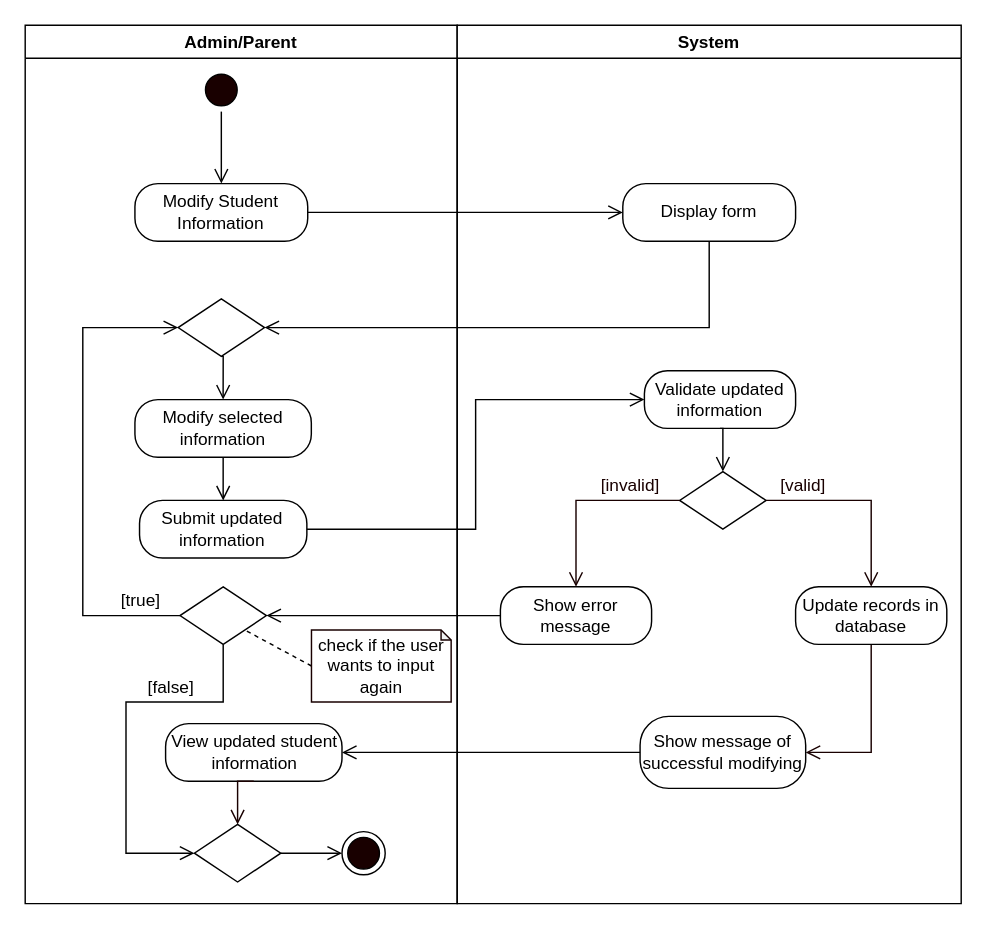
Earlier version of the draw.io diagram page "Modify Student" (3 of 12) of REVISIONS/UML-DIAGRAMS/6-9-2021/ACTIVITY DIAGRAM/ACTIVITY DIAGRAM.drawio (mrklglsn/CAPSTONE-FILES). Source tidied: cells renumbered, new cells numbered last; positions are measured from the earlier drawing's top-left corner, leaving out a move shared by most shapes. Both pictures are drawn from the tidied source at 144%, with x=0, y=0 at pixel (24, 24).
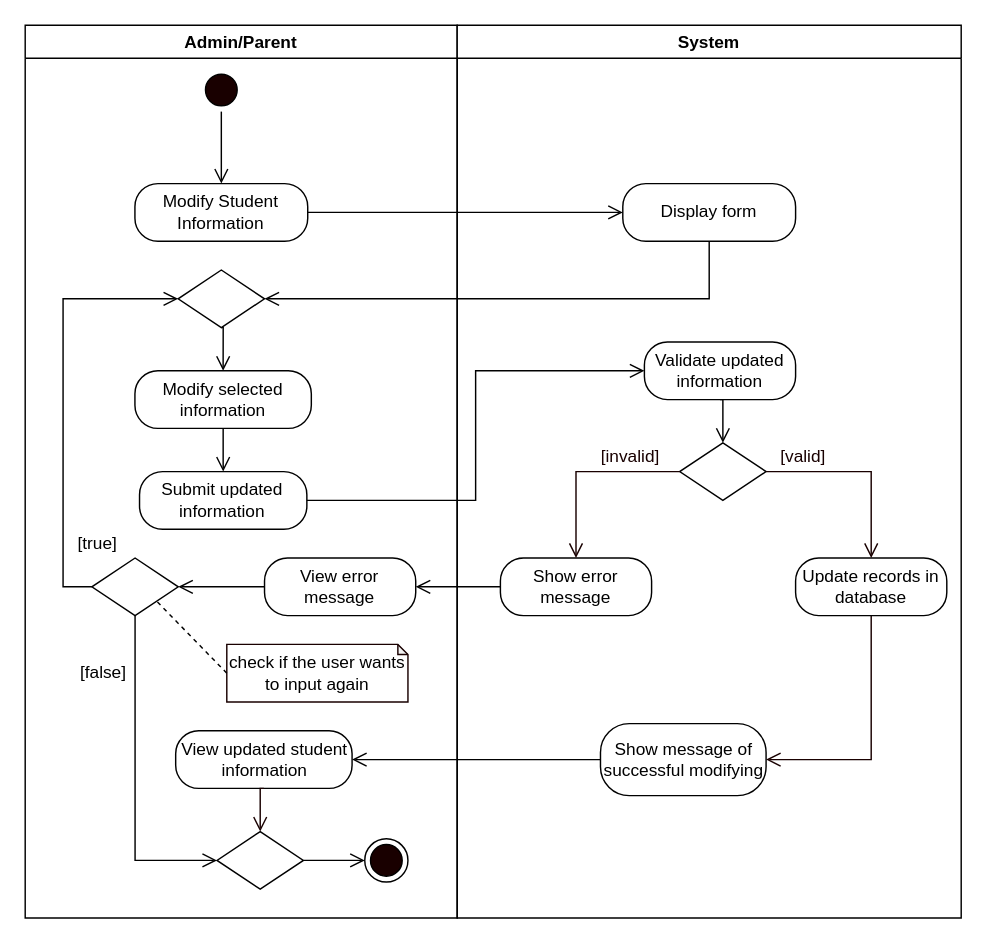
Above is the later version.

What changed in the source:
```diff
@@
     <mxCell id="2" value="Admin/Parent" style="swimlane;startSize=23;" parent="1" vertex="1">
-      <mxGeometry width="300" height="610" as="geometry" />
+      <mxGeometry width="300" height="620" as="geometry" />
     </mxCell>
@@
     <mxCell id="7" value="Modify selected information" style="rounded=1;whiteSpace=wrap;html=1;arcSize=40;" parent="2" vertex="1">
-      <mxGeometry x="76.2" y="260" width="122.5" height="40" as="geometry" />
+      <mxGeometry x="76.2" y="240" width="122.5" height="40" as="geometry" />
     </mxCell>
     <mxCell id="8" value="Submit updated information" style="rounded=1;whiteSpace=wrap;html=1;arcSize=40;" parent="2" vertex="1">
-      <mxGeometry x="79.4" y="330" width="116.2" height="40" as="geometry" />
+      <mxGeometry x="79.4" y="310" width="116.2" height="40" as="geometry" />
     </mxCell>
@@
     <mxCell id="10" style="rhombus;whiteSpace=wrap;html=1;" parent="2" vertex="1">
-      <mxGeometry x="106.2" y="190" width="60" height="40" as="geometry" />
+      <mxGeometry x="106.2" y="170" width="60" height="40" as="geometry" />
     </mxCell>
     <mxCell id="11" value="View updated student information" style="rounded=1;whiteSpace=wrap;html=1;arcSize=40;" parent="2" vertex="1">
-      <mxGeometry x="97.5" y="485" width="122.5" height="40" as="geometry" />
+      <mxGeometry x="104.5" y="490" width="122.5" height="40" as="geometry" />
     </mxCell>
     <mxCell id="12" style="ellipse;html=1;shape=endState;fillColor=#190000;" parent="2" vertex="1">
-      <mxGeometry x="220" y="560" width="30" height="30" as="geometry" />
+      <mxGeometry x="235.8" y="565" width="30" height="30" as="geometry" />
     </mxCell>
@@
     <mxCell id="15" style="rhombus;whiteSpace=wrap;html=1;" parent="2" vertex="1">
-      <mxGeometry x="117.5" y="555" width="60" height="40" as="geometry" />
+      <mxGeometry x="133.2" y="560" width="60" height="40" as="geometry" />
     </mxCell>
     <mxCell id="16" value="[false]" style="text;html=1;align=center;verticalAlign=middle;strokeColor=none;" parent="2" vertex="1">
-      <mxGeometry x="76.2" y="450" width="50" height="20" as="geometry" />
+      <mxGeometry x="29.4" y="440" width="50" height="20" as="geometry" />
     </mxCell>
+    <mxCell id="33" style="edgeStyle=orthogonalEdgeStyle;rounded=0;jettySize=auto;html=1;exitX=0;exitY=0.5;exitDx=0;exitDy=0;entryX=0;entryY=0.5;entryDx=0;entryDy=0;endArrow=open;endFill=0;endSize=8;" parent="2" edge="1" source="36" target="10">
+      <mxGeometry relative="1" as="geometry" />
+    </mxCell>
+    <mxCell id="35" style="edgeStyle=orthogonalEdgeStyle;rounded=0;jettySize=auto;html=1;exitX=0.5;exitY=1;exitDx=0;exitDy=0;endArrow=open;endFill=0;endSize=8;entryX=0;entryY=0.5;entryDx=0;entryDy=0;" parent="2" edge="1" source="36" target="15">
+      <mxGeometry relative="1" as="geometry">
+        <Array as="points">
+          <mxPoint x="76" y="580" />
+        </Array>
+      </mxGeometry>
+    </mxCell>
+    <mxCell id="36" style="rhombus;whiteSpace=wrap;html=1;" parent="2" vertex="1">
+      <mxGeometry x="46.3" y="370" width="60" height="40" as="geometry" />
+    </mxCell>
+    <mxCell id="38" value="check if the user wants to input again" style="shape=note;whiteSpace=wrap;html=1;backgroundOutline=1;darkOpacity=0.05;strokeColor=#190000;size=7;" parent="2" vertex="1">
+      <mxGeometry x="140" y="430" width="125.8" height="40" as="geometry" />
+    </mxCell>
+    <mxCell id="37" style="edgeStyle=none;rounded=0;jettySize=auto;html=1;exitX=0;exitY=0.5;exitDx=0;exitDy=0;exitPerimeter=0;entryX=1;entryY=1;entryDx=0;entryDy=0;dashed=1;endArrow=none;endFill=0;endSize=8;" parent="2" edge="1" source="38" target="36">
+      <mxGeometry relative="1" as="geometry" />
+    </mxCell>
+    <mxCell id="40" value="[true]" style="text;html=1;align=center;verticalAlign=middle;strokeColor=none;" parent="2" vertex="1">
+      <mxGeometry x="30" y="350" width="40" height="20" as="geometry" />
+    </mxCell>
+    <mxCell id="41" value="View error message" style="rounded=1;whiteSpace=wrap;html=1;arcSize=40;" parent="2" vertex="1">
+      <mxGeometry x="166.2" y="370" width="105" height="40" as="geometry" />
+    </mxCell>
+    <mxCell id="39" style="edgeStyle=orthogonalEdgeStyle;rounded=0;jettySize=auto;html=1;exitX=0;exitY=0.5;exitDx=0;exitDy=0;entryX=1;entryY=0.5;entryDx=0;entryDy=0;endArrow=open;endFill=0;endSize=8;" parent="2" edge="1" source="41" target="36">
+      <mxGeometry relative="1" as="geometry" />
+    </mxCell>
     <mxCell id="17" value="System" style="swimlane;" parent="1" vertex="1">
-      <mxGeometry x="300" width="350" height="610" as="geometry" />
+      <mxGeometry x="300" width="350" height="620" as="geometry" />
     </mxCell>
     <mxCell id="18" value="Validate updated information" style="rounded=1;whiteSpace=wrap;html=1;arcSize=40;" parent="17" vertex="1">
-      <mxGeometry x="130" y="240" width="105" height="40" as="geometry" />
+      <mxGeometry x="130" y="220" width="105" height="40" as="geometry" />
     </mxCell>
     <mxCell id="19" style="rhombus;whiteSpace=wrap;html=1;" parent="17" vertex="1">
-      <mxGeometry x="154.5" y="310" width="60" height="40" as="geometry" />
+      <mxGeometry x="154.5" y="290" width="60" height="40" as="geometry" />
     </mxCell>
@@
     <mxCell id="21" value="&lt;font color=&quot;#190000&quot;&gt;[valid]&lt;/font&gt;" style="text;html=1;align=center;verticalAlign=middle;strokeColor=none;fontColor=#FFFFFF;" parent="17" vertex="1">
-      <mxGeometry x="214.5" y="310" width="50" height="20" as="geometry" />
+      <mxGeometry x="214.5" y="290" width="50" height="20" as="geometry" />
     </mxCell>
     <mxCell id="22" value="&lt;font color=&quot;#190000&quot;&gt;[invalid]&lt;/font&gt;" style="text;html=1;align=center;verticalAlign=middle;strokeColor=none;fontColor=#FFFFFF;" parent="17" vertex="1">
-      <mxGeometry x="90" y="310" width="60" height="20" as="geometry" />
+      <mxGeometry x="90" y="290" width="60" height="20" as="geometry" />
     </mxCell>
     <mxCell id="23" value="Show error message" style="rounded=1;whiteSpace=wrap;html=1;arcSize=40;" parent="17" vertex="1">
-      <mxGeometry x="30" y="390" width="105" height="40" as="geometry" />
+      <mxGeometry x="30" y="370" width="105" height="40" as="geometry" />
     </mxCell>
@@
     <mxCell id="25" value="Update records in database" style="rounded=1;whiteSpace=wrap;html=1;arcSize=40;" parent="17" vertex="1">
-      <mxGeometry x="235" y="390" width="105" height="40" as="geometry" />
+      <mxGeometry x="235" y="370" width="105" height="40" as="geometry" />
     </mxCell>
@@
     <mxCell id="28" value="Show message of successful modifying" style="rounded=1;whiteSpace=wrap;html=1;arcSize=40;" parent="17" vertex="1">
-      <mxGeometry x="127" y="480" width="115" height="50" as="geometry" />
+      <mxGeometry x="99.5" y="485" width="115" height="50" as="geometry" />
     </mxCell>
@@
-    <mxCell id="33" style="edgeStyle=orthogonalEdgeStyle;rounded=0;jettySize=auto;html=1;exitX=0;exitY=0.5;exitDx=0;exitDy=0;endArrow=open;endFill=0;endSize=8;entryX=0;entryY=0.5;entryDx=0;entryDy=0;" parent="1" edge="1" source="36" target="10">
-      <mxGeometry relative="1" as="geometry">
-        <Array as="points">
-          <mxPoint x="40" y="410" />
-          <mxPoint x="40" y="210" />
-        </Array>
-      </mxGeometry>
-    </mxCell>
@@
-    <mxCell id="35" style="edgeStyle=orthogonalEdgeStyle;rounded=0;jettySize=auto;html=1;exitX=0.5;exitY=1;exitDx=0;exitDy=0;entryX=0;entryY=0.5;entryDx=0;entryDy=0;endArrow=open;endFill=0;endSize=8;" parent="1" edge="1" source="36" target="15">
-      <mxGeometry relative="1" as="geometry">
-        <Array as="points">
-          <mxPoint x="138" y="470" />
-          <mxPoint x="70" y="470" />
-          <mxPoint x="70" y="575" />
-        </Array>
-      </mxGeometry>
-    </mxCell>
-    <mxCell id="36" style="rhombus;whiteSpace=wrap;html=1;" parent="1" vertex="1">
-      <mxGeometry x="107.5" y="390" width="60" height="40" as="geometry" />
-    </mxCell>
-    <mxCell id="37" style="edgeStyle=none;rounded=0;jettySize=auto;html=1;exitX=0;exitY=0.5;exitDx=0;exitDy=0;exitPerimeter=0;entryX=1;entryY=1;entryDx=0;entryDy=0;dashed=1;endArrow=none;endFill=0;endSize=8;" parent="1" edge="1" source="38" target="36">
-      <mxGeometry relative="1" as="geometry" />
-    </mxCell>
-    <mxCell id="38" value="check if the user wants to input again" style="shape=note;whiteSpace=wrap;html=1;backgroundOutline=1;darkOpacity=0.05;strokeColor=#190000;size=7;" parent="1" vertex="1">
-      <mxGeometry x="198.8" y="420" width="97" height="50" as="geometry" />
-    </mxCell>
-    <mxCell id="39" style="edgeStyle=orthogonalEdgeStyle;rounded=0;jettySize=auto;html=1;exitX=0;exitY=0.5;exitDx=0;exitDy=0;entryX=1;entryY=0.5;entryDx=0;entryDy=0;endArrow=open;endFill=0;endSize=8;" parent="1" edge="1" source="23" target="36">
-      <mxGeometry relative="1" as="geometry" />
-    </mxCell>
-    <mxCell id="40" value="[true]" style="text;html=1;align=center;verticalAlign=middle;strokeColor=none;" parent="1" vertex="1">
-      <mxGeometry x="60" y="390" width="40" height="20" as="geometry" />
-    </mxCell>
+    <mxCell id="42" style="edgeStyle=orthogonalEdgeStyle;rounded=0;jettySize=auto;html=1;exitX=0;exitY=0.5;exitDx=0;exitDy=0;entryX=1;entryY=0.5;entryDx=0;entryDy=0;endArrow=open;endFill=0;endSize=8;" parent="1" edge="1" source="23" target="41">
+      <mxGeometry relative="1" as="geometry" />
+    </mxCell>
```
